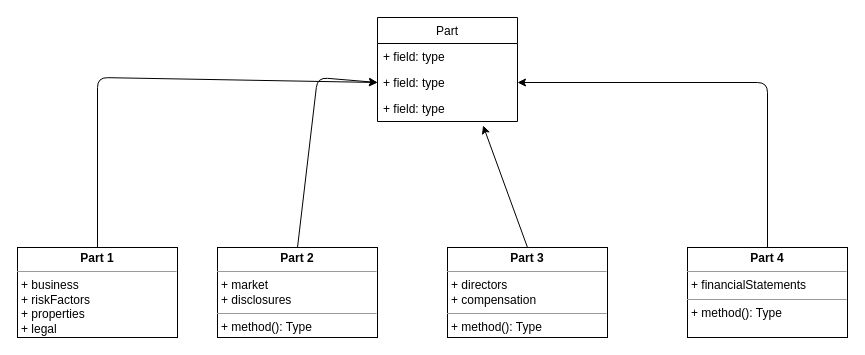
Above: project/10kModel.drawio in BingBucket/CSCE240 (draw.io), before the change. Source tidied: cells renumbered, new cells numbered last; positions are measured from the earlier drawing's top-left corner, leaving out a move shared by most shapes. Both pictures are drawn from the tidied source at 100%, with x=0, y=0 at pixel (17, 17).
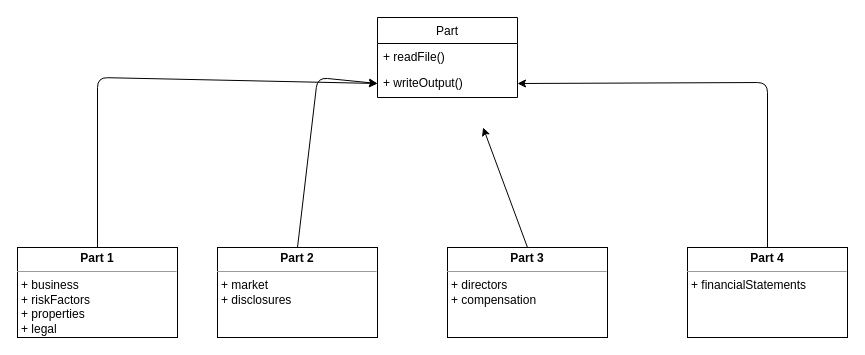
After the change.

What changed in the source:
```diff
@@
 <mxGraphModel>
   <root>
     <mxCell id="0" />
     <mxCell id="1" parent="0" />
     <mxCell id="2" value="Part" style="swimlane;fontStyle=0;horizontal=1;startSize=26;fillColor=none;" parent="1" vertex="1">
-      <mxGeometry x="360" width="140" height="104" as="geometry" />
+      <mxGeometry x="360" width="140" height="80" as="geometry" />
     </mxCell>
-    <mxCell id="3" value="+ field: type" style="text;strokeColor=none;fillColor=none;align=left;verticalAlign=top;spacingLeft=4;spacingRight=4;overflow=hidden;" parent="2" vertex="1">
+    <mxCell id="3" value="+ readFile()" style="text;strokeColor=none;fillColor=none;align=left;verticalAlign=top;spacingLeft=4;spacingRight=4;overflow=hidden;" parent="2" vertex="1">
       <mxGeometry y="26" width="140" height="26" as="geometry" />
     </mxCell>
-    <mxCell id="4" value="+ field: type" style="text;strokeColor=none;fillColor=none;align=left;verticalAlign=top;spacingLeft=4;spacingRight=4;overflow=hidden;points=[[0,0.5],[1,0.5]];portConstraint=eastwest;" parent="2" vertex="1">
-      <mxGeometry y="52" width="140" height="26" as="geometry" />
+    <mxCell id="4" value="+ writeOutput()" style="text;strokeColor=none;fillColor=none;align=left;verticalAlign=top;spacingLeft=4;spacingRight=4;overflow=hidden;points=[[0,0.5],[1,0.5]];portConstraint=eastwest;" parent="2" vertex="1">
+      <mxGeometry y="52" width="140" height="28" as="geometry" />
     </mxCell>
-    <mxCell id="5" value="+ field: type" style="text;strokeColor=none;fillColor=none;align=left;verticalAlign=top;spacingLeft=4;spacingRight=4;overflow=hidden;points=[[0,0.5],[1,0.5]];portConstraint=eastwest;" parent="2" vertex="1">
-      <mxGeometry y="78" width="140" height="26" as="geometry" />
-    </mxCell>
     <mxCell id="6" style="edgeStyle=none;html=1;exitX=0.5;exitY=0;exitDx=0;exitDy=0;entryX=0;entryY=0.5;entryDx=0;entryDy=0;" parent="1" edge="1" source="7" target="4">
       <mxGeometry relative="1" as="geometry">
         <Array as="points">
           <mxPoint x="80" y="60" />
         </Array>
       </mxGeometry>
     </mxCell>
     <mxCell id="7" value="&lt;p style=&quot;margin:0px;margin-top:4px;text-align:center;&quot;&gt;&lt;b&gt;Part 1&lt;/b&gt;&lt;/p&gt;&lt;hr size=&quot;1&quot;&gt;&lt;p style=&quot;margin:0px;margin-left:4px;&quot;&gt;+ business&lt;/p&gt;&lt;p style=&quot;margin:0px;margin-left:4px;&quot;&gt;+ riskFactors&lt;/p&gt;&lt;p style=&quot;margin:0px;margin-left:4px;&quot;&gt;+ properties&lt;/p&gt;&lt;p style=&quot;margin:0px;margin-left:4px;&quot;&gt;+ legal&lt;/p&gt;&lt;hr size=&quot;1&quot;&gt;&lt;p style=&quot;margin:0px;margin-left:4px;&quot;&gt;+ method(): Type&lt;/p&gt;" style="verticalAlign=top;align=left;overflow=fill;fontSize=12;fontFamily=Helvetica;html=1;" parent="1" vertex="1">
       <mxGeometry y="230" width="160" height="90" as="geometry" />
     </mxCell>
     <mxCell id="8" style="edgeStyle=none;html=1;exitX=0.5;exitY=0;exitDx=0;exitDy=0;entryX=0;entryY=0.5;entryDx=0;entryDy=0;" parent="1" edge="1" source="9" target="4">
       <mxGeometry relative="1" as="geometry">
         <Array as="points">
           <mxPoint x="300" y="60" />
         </Array>
       </mxGeometry>
     </mxCell>
-    <mxCell id="9" value="&lt;p style=&quot;margin:0px;margin-top:4px;text-align:center;&quot;&gt;&lt;b&gt;Part 2&lt;/b&gt;&lt;/p&gt;&lt;hr size=&quot;1&quot;&gt;&lt;p style=&quot;margin:0px;margin-left:4px;&quot;&gt;+ market&lt;/p&gt;&lt;p style=&quot;margin:0px;margin-left:4px;&quot;&gt;+ disclosures&lt;/p&gt;&lt;hr size=&quot;1&quot;&gt;&lt;p style=&quot;margin:0px;margin-left:4px;&quot;&gt;+ method(): Type&lt;/p&gt;" style="verticalAlign=top;align=left;overflow=fill;fontSize=12;fontFamily=Helvetica;html=1;" parent="1" vertex="1">
+    <mxCell id="9" value="&lt;p style=&quot;margin:0px;margin-top:4px;text-align:center;&quot;&gt;&lt;b&gt;Part 2&lt;/b&gt;&lt;/p&gt;&lt;hr size=&quot;1&quot;&gt;&lt;p style=&quot;margin:0px;margin-left:4px;&quot;&gt;+ market&lt;/p&gt;&lt;p style=&quot;margin:0px;margin-left:4px;&quot;&gt;+ disclosures&lt;/p&gt;" style="verticalAlign=top;align=left;overflow=fill;fontSize=12;fontFamily=Helvetica;html=1;" parent="1" vertex="1">
       <mxGeometry x="200" y="230" width="160" height="90" as="geometry" />
     </mxCell>
-    <mxCell id="10" style="edgeStyle=none;html=1;exitX=0.5;exitY=0;exitDx=0;exitDy=0;entryX=0.754;entryY=1.154;entryDx=0;entryDy=0;entryPerimeter=0;" parent="1" edge="1" source="11" target="5">
-      <mxGeometry relative="1" as="geometry" />
+    <mxCell id="10" style="edgeStyle=none;html=1;exitX=0.5;exitY=0;exitDx=0;exitDy=0;entryX=0.754;entryY=1.154;entryDx=0;entryDy=0;entryPerimeter=0;" parent="1" edge="1" source="11">
+      <mxGeometry relative="1" as="geometry">
+        <mxPoint x="465.6" y="110" as="targetPoint" />
+      </mxGeometry>
     </mxCell>
-    <mxCell id="11" value="&lt;p style=&quot;margin:0px;margin-top:4px;text-align:center;&quot;&gt;&lt;b&gt;Part 3&lt;/b&gt;&lt;/p&gt;&lt;hr size=&quot;1&quot;&gt;&lt;p style=&quot;margin:0px;margin-left:4px;&quot;&gt;+ directors&lt;/p&gt;&lt;p style=&quot;margin:0px;margin-left:4px;&quot;&gt;+ compensation&lt;/p&gt;&lt;hr size=&quot;1&quot;&gt;&lt;p style=&quot;margin:0px;margin-left:4px;&quot;&gt;+ method(): Type&lt;/p&gt;" style="verticalAlign=top;align=left;overflow=fill;fontSize=12;fontFamily=Helvetica;html=1;" parent="1" vertex="1">
+    <mxCell id="11" value="&lt;p style=&quot;margin:0px;margin-top:4px;text-align:center;&quot;&gt;&lt;b&gt;Part 3&lt;/b&gt;&lt;/p&gt;&lt;hr size=&quot;1&quot;&gt;&lt;p style=&quot;margin:0px;margin-left:4px;&quot;&gt;+ directors&lt;/p&gt;&lt;p style=&quot;margin:0px;margin-left:4px;&quot;&gt;+ compensation&lt;/p&gt;" style="verticalAlign=top;align=left;overflow=fill;fontSize=12;fontFamily=Helvetica;html=1;" parent="1" vertex="1">
       <mxGeometry x="430" y="230" width="160" height="90" as="geometry" />
     </mxCell>
     <mxCell id="12" style="edgeStyle=none;html=1;exitX=0.5;exitY=0;exitDx=0;exitDy=0;entryX=1;entryY=0.5;entryDx=0;entryDy=0;" parent="1" edge="1" source="13" target="4">
       <mxGeometry relative="1" as="geometry">
         <Array as="points">
           <mxPoint x="750" y="65" />
         </Array>
       </mxGeometry>
     </mxCell>
-    <mxCell id="13" value="&lt;p style=&quot;margin:0px;margin-top:4px;text-align:center;&quot;&gt;&lt;b&gt;Part 4&lt;/b&gt;&lt;/p&gt;&lt;hr size=&quot;1&quot;&gt;&lt;p style=&quot;margin:0px;margin-left:4px;&quot;&gt;+ financialStatements&lt;/p&gt;&lt;hr size=&quot;1&quot;&gt;&lt;p style=&quot;margin:0px;margin-left:4px;&quot;&gt;+ method(): Type&lt;/p&gt;" style="verticalAlign=top;align=left;overflow=fill;fontSize=12;fontFamily=Helvetica;html=1;" parent="1" vertex="1">
+    <mxCell id="13" value="&lt;p style=&quot;margin:0px;margin-top:4px;text-align:center;&quot;&gt;&lt;b&gt;Part 4&lt;/b&gt;&lt;/p&gt;&lt;hr size=&quot;1&quot;&gt;&lt;p style=&quot;margin:0px;margin-left:4px;&quot;&gt;+ financialStatements&lt;/p&gt;" style="verticalAlign=top;align=left;overflow=fill;fontSize=12;fontFamily=Helvetica;html=1;" parent="1" vertex="1">
       <mxGeometry x="670" y="230" width="160" height="90" as="geometry" />
     </mxCell>
   </root>
 </mxGraphModel>
```
